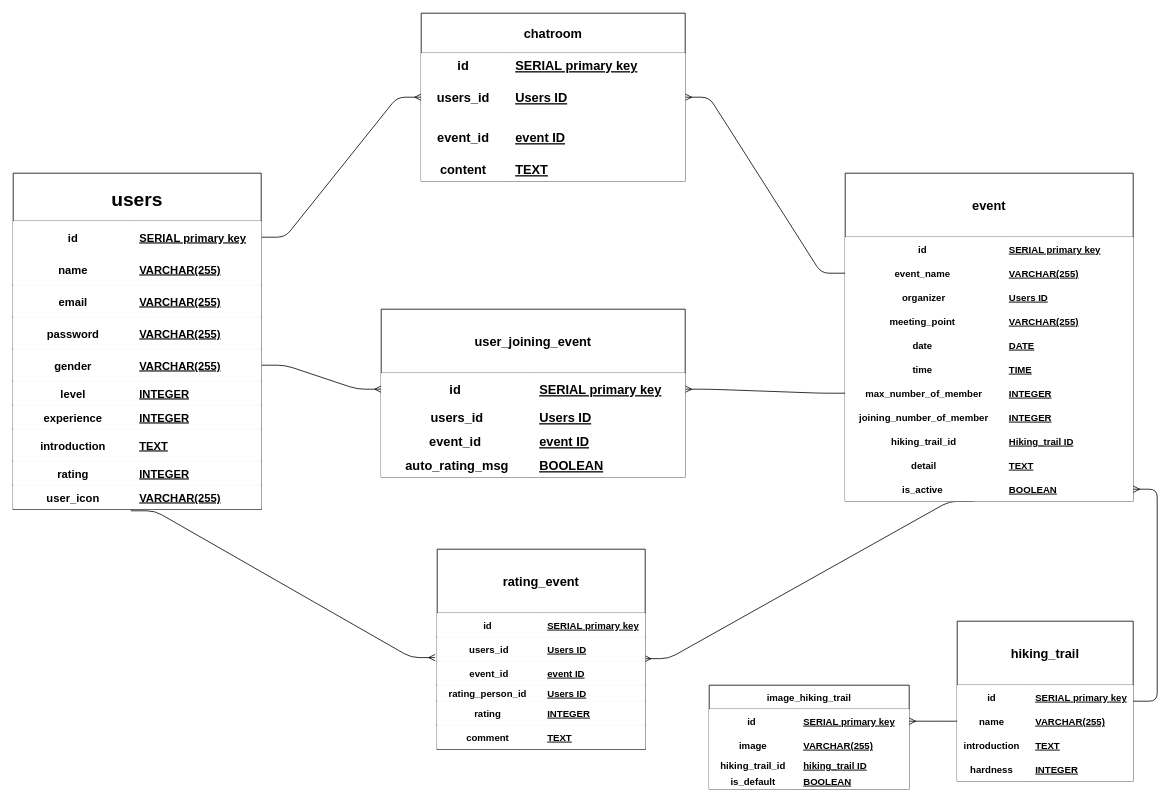
Earlier version of the draw.io diagram ERD/ERD.drawio (timven2004/letsHike). Source tidied: cells renumbered, new cells numbered last; positions are measured from the earlier drawing's top-left corner, leaving out a move shared by most shapes. Both pictures are drawn from the tidied source at 80%, with x=0, y=0 at pixel (13, 13).
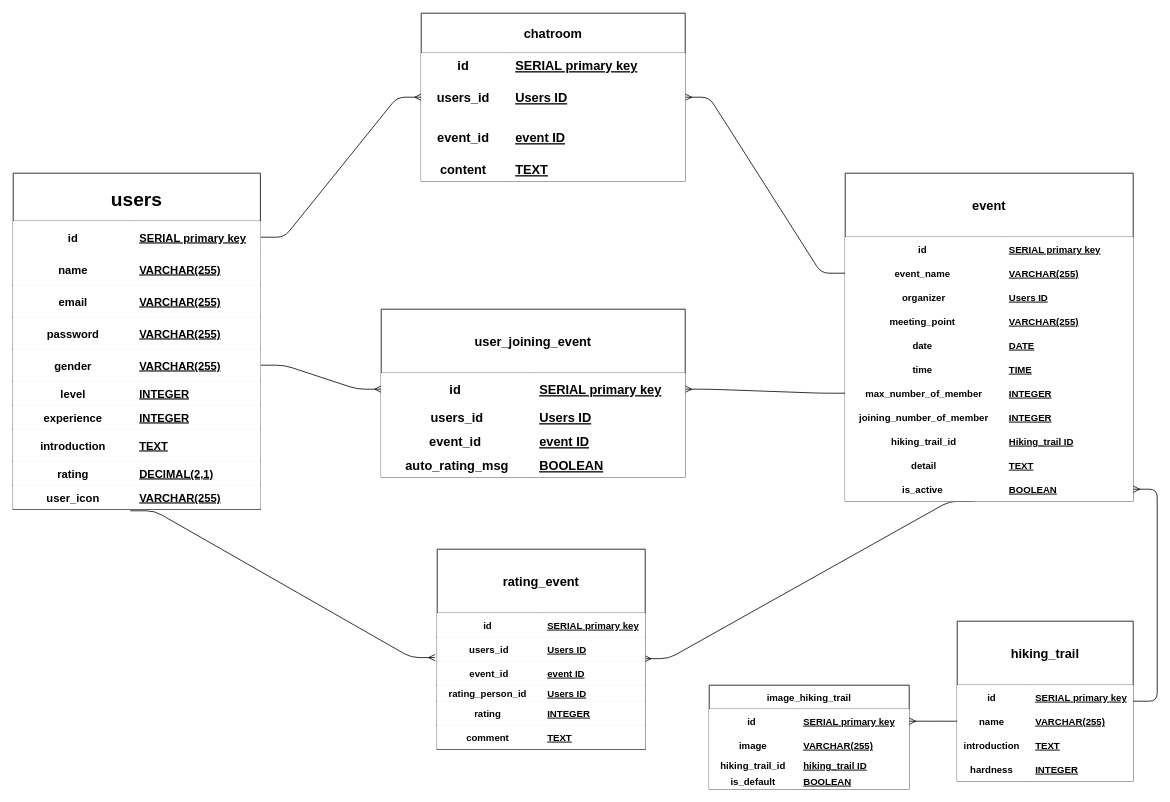
The same diagram, later.

Diff of the diagram source:
```diff
@@
     <mxCell id="8" value="users" style="shape=table;startSize=60;childLayout=tableLayout;rowLines=0;fontStyle=1;align=center;gradientColor=none;fontSize=24;" parent="1" vertex="1">
-      <mxGeometry y="200" width="310" height="420" as="geometry" />
+      <mxGeometry y="200" width="309" height="420" as="geometry" />
     </mxCell>
     <mxCell id="9" style="shape=partialRectangle;top=0;left=0;bottom=0;right=0;points=[[0,0.5],[1,0.5]];portConstraint=eastwest;" parent="8" vertex="1">
-      <mxGeometry y="60" width="310" height="40" as="geometry" />
+      <mxGeometry y="60" width="309" height="40" as="geometry" />
     </mxCell>
@@
     <mxCell id="11" value="SERIAL primary key" style="shape=partialRectangle;top=0;left=0;bottom=0;right=0;align=left;spacingLeft=6;fontStyle=5;overflow=hidden;fontSize=14;" parent="9" vertex="1">
-      <mxGeometry x="150" width="160" height="40" as="geometry" />
+      <mxGeometry x="150" width="159" height="40" as="geometry" />
     </mxCell>
     <mxCell id="12" style="shape=partialRectangle;top=0;left=0;bottom=1;right=0;fontSize=14;" parent="8" vertex="1">
-      <mxGeometry y="100" width="310" height="40" as="geometry" />
+      <mxGeometry y="100" width="309" height="40" as="geometry" />
     </mxCell>
@@
     <mxCell id="14" value="VARCHAR(255)" style="shape=partialRectangle;top=0;left=0;bottom=0;right=0;align=left;spacingLeft=6;fontStyle=5;overflow=hidden;fontSize=14;" parent="12" vertex="1">
-      <mxGeometry x="150" width="160" height="40" as="geometry" />
+      <mxGeometry x="150" width="159" height="40" as="geometry" />
     </mxCell>
     <mxCell id="15" style="shape=partialRectangle;top=0;left=0;bottom=1;right=0;fontSize=14;" parent="8" vertex="1">
-      <mxGeometry y="140" width="310" height="40" as="geometry" />
+      <mxGeometry y="140" width="309" height="40" as="geometry" />
     </mxCell>
@@
     <mxCell id="17" value="VARCHAR(255)" style="shape=partialRectangle;top=0;left=0;bottom=0;right=0;align=left;spacingLeft=6;fontStyle=5;overflow=hidden;fontSize=14;" parent="15" vertex="1">
-      <mxGeometry x="150" width="160" height="40" as="geometry" />
+      <mxGeometry x="150" width="159" height="40" as="geometry" />
     </mxCell>
     <mxCell id="18" style="shape=partialRectangle;top=0;left=0;bottom=1;right=0;fontSize=14;" parent="8" vertex="1">
-      <mxGeometry y="180" width="310" height="40" as="geometry" />
+      <mxGeometry y="180" width="309" height="40" as="geometry" />
     </mxCell>
@@
     <mxCell id="20" value="VARCHAR(255)" style="shape=partialRectangle;top=0;left=0;bottom=0;right=0;align=left;spacingLeft=6;fontStyle=5;overflow=hidden;fontSize=14;" parent="18" vertex="1">
-      <mxGeometry x="150" width="160" height="40" as="geometry" />
+      <mxGeometry x="150" width="159" height="40" as="geometry" />
     </mxCell>
     <mxCell id="21" style="shape=partialRectangle;top=0;left=0;bottom=1;right=0;points=[[0,0.5],[1,0.5]];portConstraint=eastwest;fontSize=14;" parent="8" vertex="1">
-      <mxGeometry y="220" width="310" height="40" as="geometry" />
+      <mxGeometry y="220" width="309" height="40" as="geometry" />
     </mxCell>
@@
     <mxCell id="23" value="VARCHAR(255)" style="shape=partialRectangle;top=0;left=0;bottom=0;right=0;align=left;spacingLeft=6;fontStyle=5;overflow=hidden;fontSize=14;" parent="21" vertex="1">
-      <mxGeometry x="150" width="160" height="40" as="geometry" />
+      <mxGeometry x="150" width="159" height="40" as="geometry" />
     </mxCell>
     <mxCell id="24" style="shape=partialRectangle;top=0;left=0;bottom=1;right=0;fontSize=14;" parent="8" vertex="1">
-      <mxGeometry y="260" width="310" height="30" as="geometry" />
+      <mxGeometry y="260" width="309" height="30" as="geometry" />
     </mxCell>
@@
     <mxCell id="26" value="INTEGER" style="shape=partialRectangle;top=0;left=0;bottom=0;right=0;align=left;spacingLeft=6;fontStyle=5;overflow=hidden;fontSize=14;" parent="24" vertex="1">
-      <mxGeometry x="150" width="160" height="30" as="geometry" />
+      <mxGeometry x="150" width="159" height="30" as="geometry" />
     </mxCell>
     <mxCell id="27" style="shape=partialRectangle;top=0;left=0;bottom=1;right=0;fontSize=14;" parent="8" vertex="1">
-      <mxGeometry y="290" width="310" height="30" as="geometry" />
+      <mxGeometry y="290" width="309" height="30" as="geometry" />
     </mxCell>
@@
     <mxCell id="29" value="INTEGER" style="shape=partialRectangle;top=0;left=0;bottom=0;right=0;align=left;spacingLeft=6;fontStyle=5;overflow=hidden;fontSize=14;" parent="27" vertex="1">
-      <mxGeometry x="150" width="160" height="30" as="geometry" />
+      <mxGeometry x="150" width="159" height="30" as="geometry" />
     </mxCell>
     <mxCell id="30" style="shape=partialRectangle;top=0;left=0;bottom=1;right=0;fontSize=14;" parent="8" vertex="1">
-      <mxGeometry y="320" width="310" height="40" as="geometry" />
+      <mxGeometry y="320" width="309" height="40" as="geometry" />
     </mxCell>
@@
     <mxCell id="32" value="TEXT" style="shape=partialRectangle;top=0;left=0;bottom=0;right=0;align=left;spacingLeft=6;fontStyle=5;overflow=hidden;fontSize=14;" parent="30" vertex="1">
-      <mxGeometry x="150" width="160" height="40" as="geometry" />
+      <mxGeometry x="150" width="159" height="40" as="geometry" />
     </mxCell>
     <mxCell id="33" style="shape=partialRectangle;top=0;left=0;bottom=1;right=0;fontSize=14;" parent="8" vertex="1">
-      <mxGeometry y="360" width="310" height="30" as="geometry" />
+      <mxGeometry y="360" width="309" height="30" as="geometry" />
     </mxCell>
@@
-    <mxCell id="35" value="INTEGER" style="shape=partialRectangle;top=0;left=0;bottom=0;right=0;align=left;spacingLeft=6;fontStyle=5;overflow=hidden;fontSize=14;" parent="33" vertex="1">
-      <mxGeometry x="150" width="160" height="30" as="geometry" />
+    <mxCell id="35" value="DECIMAL(2,1)" style="shape=partialRectangle;top=0;left=0;bottom=0;right=0;align=left;spacingLeft=6;fontStyle=5;overflow=hidden;fontSize=14;" parent="33" vertex="1">
+      <mxGeometry x="150" width="159" height="30" as="geometry" />
     </mxCell>
     <mxCell id="36" style="shape=partialRectangle;top=0;left=0;bottom=1;right=0;points=[[0,0.5],[1,0.5]];portConstraint=eastwest;fontSize=14;" parent="8" vertex="1">
-      <mxGeometry y="390" width="310" height="30" as="geometry" />
+      <mxGeometry y="390" width="309" height="30" as="geometry" />
     </mxCell>
@@
     <mxCell id="38" value="VARCHAR(255)" style="shape=partialRectangle;top=0;left=0;bottom=0;right=0;align=left;spacingLeft=6;fontStyle=5;overflow=hidden;fontSize=14;" parent="36" vertex="1">
-      <mxGeometry x="150" width="160" height="30" as="geometry" />
+      <mxGeometry x="150" width="159" height="30" as="geometry" />
     </mxCell>
```
